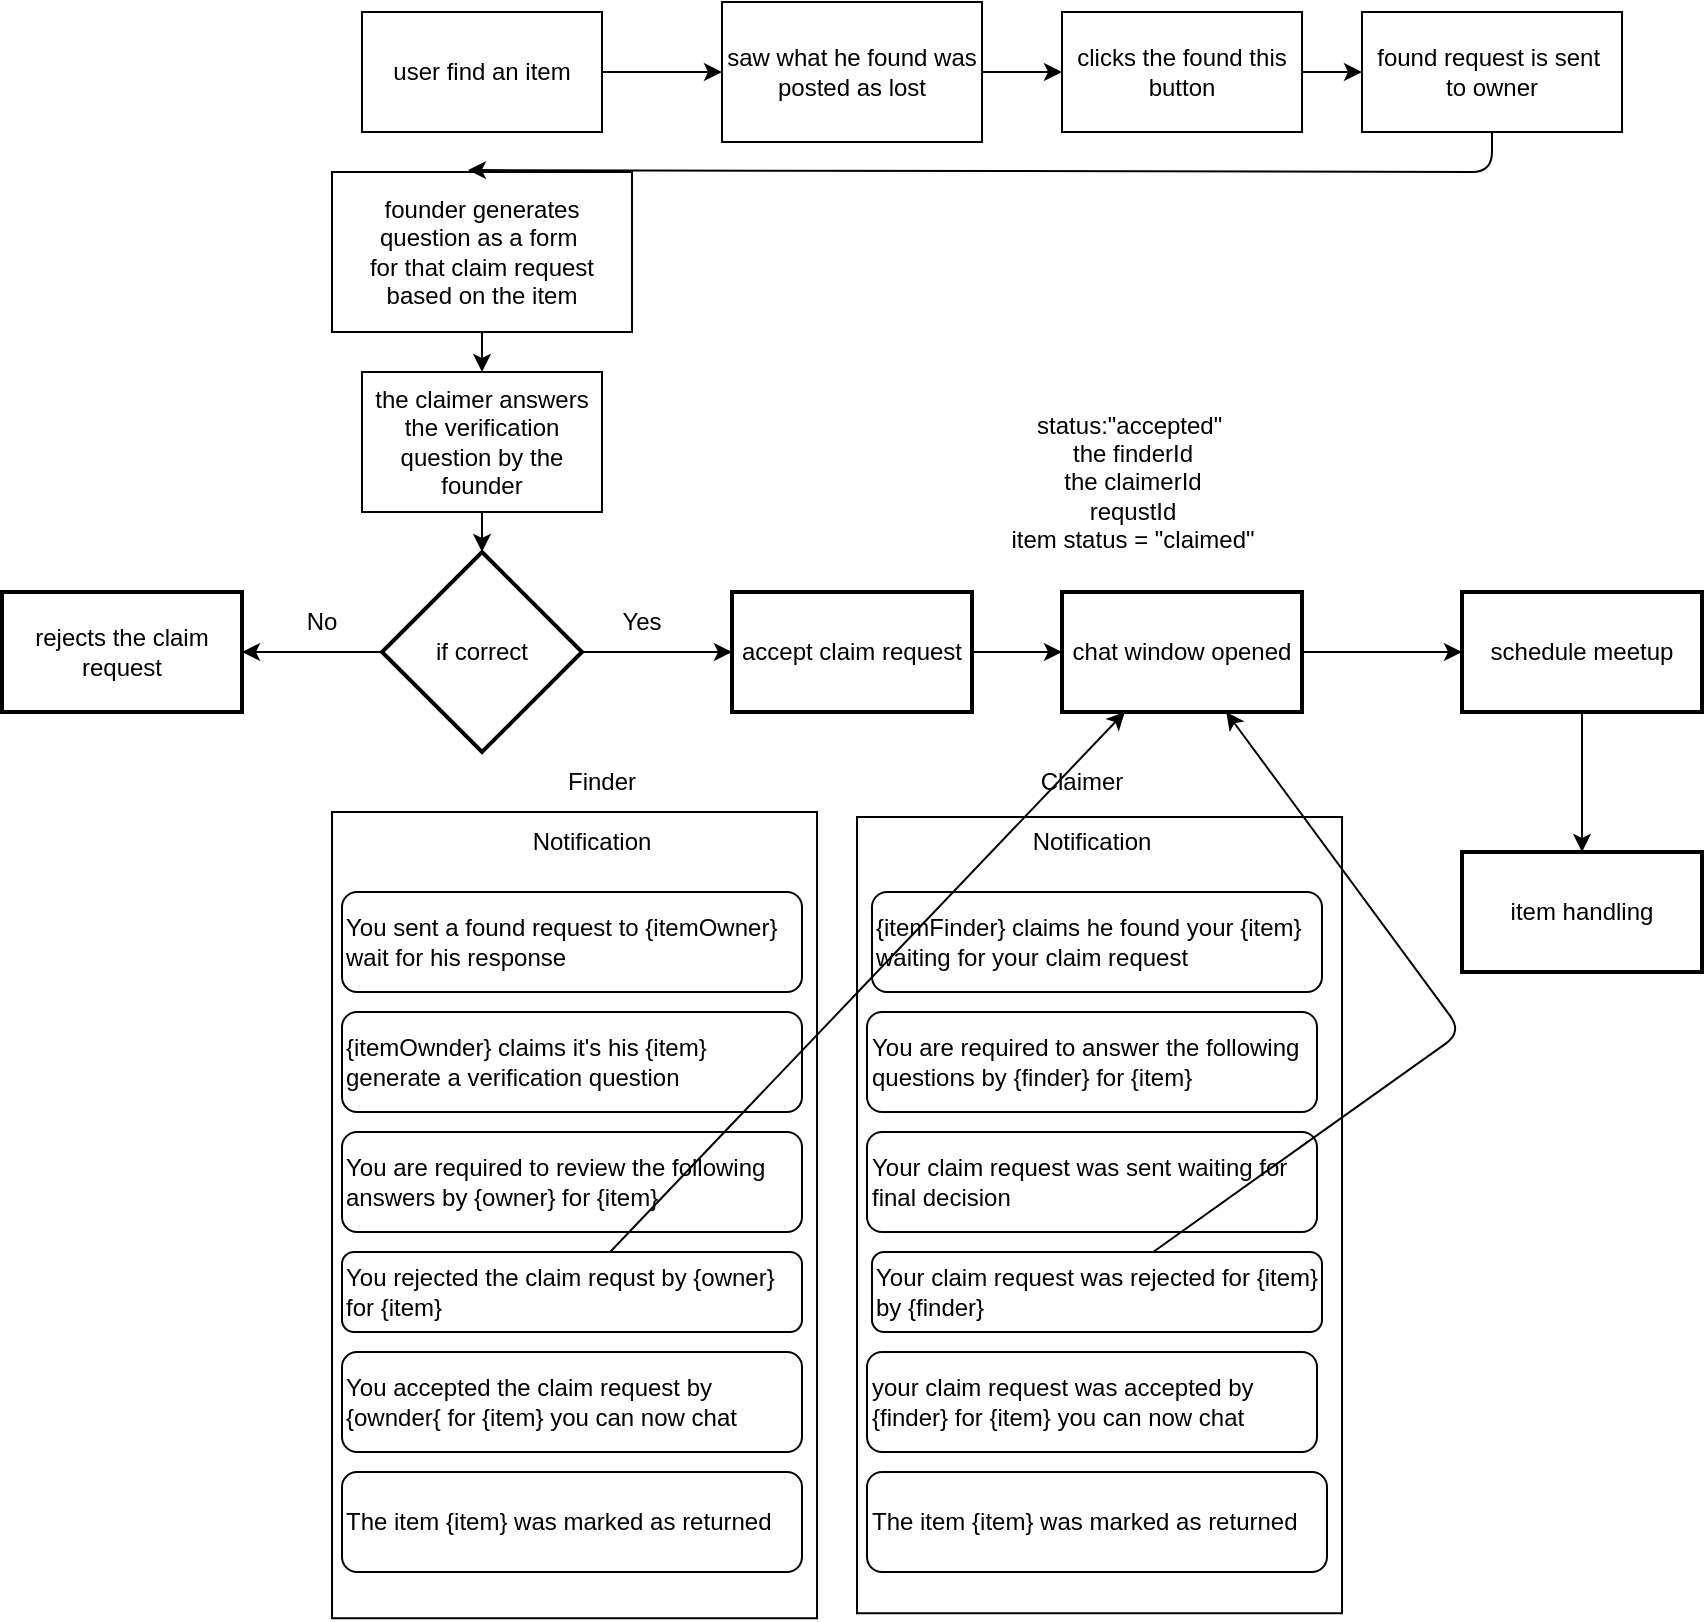
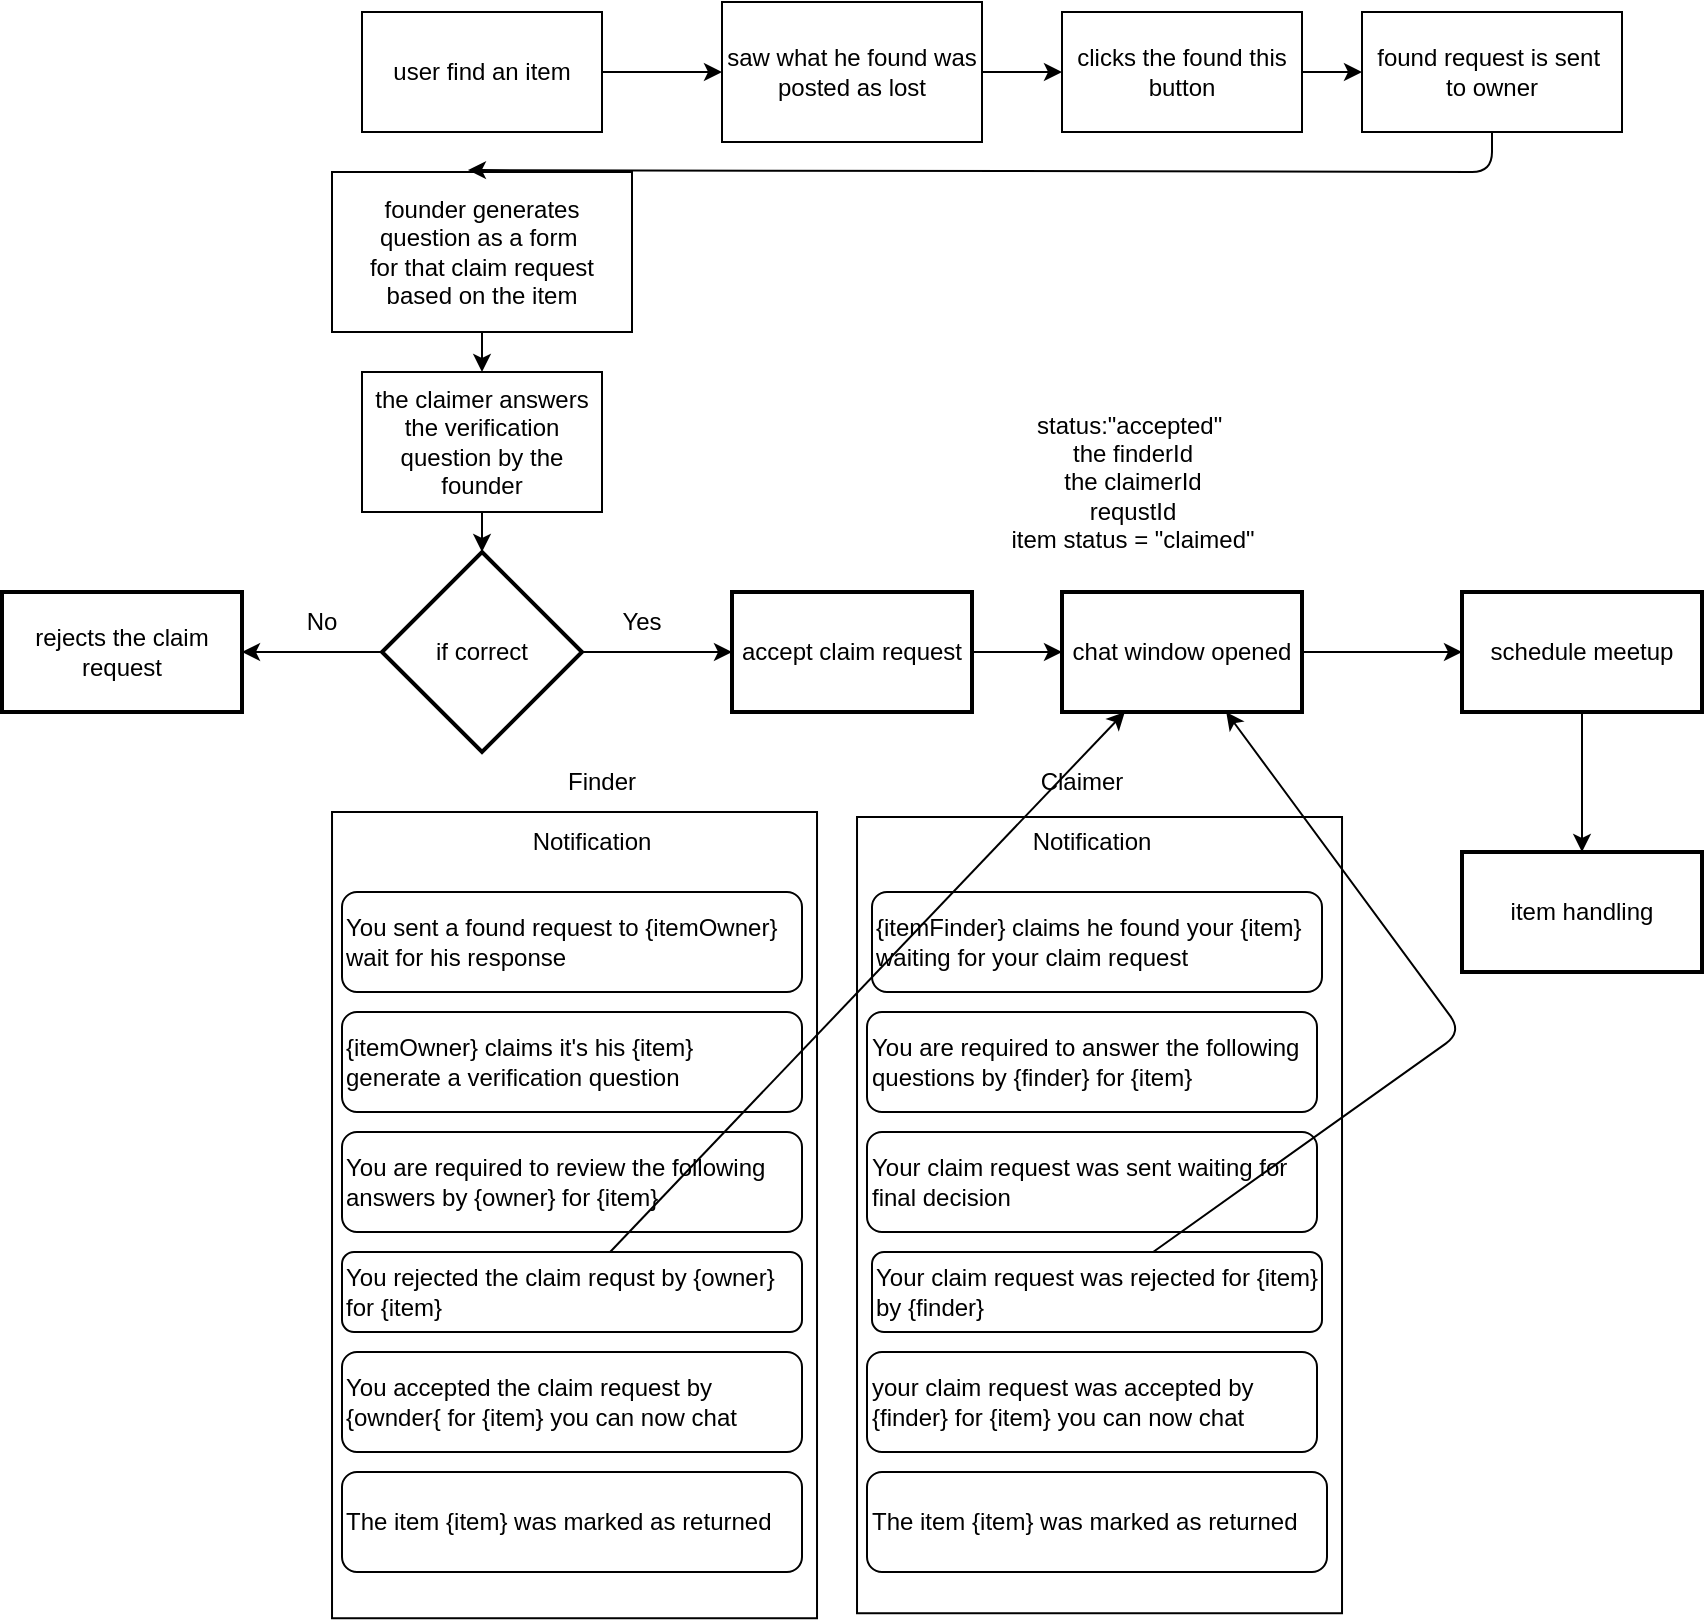
<mxfile host="65bd71144e">
    <diagram id="i1hBtsmhHRajQAO7jnXf" name="Page-1">
-         <mxGraphModel dx="1722" dy="475" grid="1" gridSize="10" guides="1" tooltips="1" connect="1" arrows="1" fold="1" page="1" pageScale="1" pageWidth="850" pageHeight="1100" math="0" shadow="0">
+         <mxGraphModel dx="1720" dy="475" grid="1" gridSize="10" guides="1" tooltips="1" connect="1" arrows="1" fold="1" page="1" pageScale="1" pageWidth="850" pageHeight="1100" math="0" shadow="0">
            <root>
                <mxCell id="0"/>
                <mxCell id="1" parent="0"/>
-                 <mxCell id="119" value="" style="edgeStyle=none;html=1;" edge="1" parent="1" source="120" target="122">
+                 <mxCell id="119" value="" style="edgeStyle=none;html=1;" parent="1" source="120" target="122" edge="1">
                    <mxGeometry relative="1" as="geometry"/>
                </mxCell>
-                 <mxCell id="120" value="user find an item" style="rounded=0;whiteSpace=wrap;html=1;" vertex="1" parent="1">
+                 <mxCell id="120" value="user find an item" style="rounded=0;whiteSpace=wrap;html=1;" parent="1" vertex="1">
                    <mxGeometry x="110" y="140" width="120" height="60" as="geometry"/>
                </mxCell>
-                 <mxCell id="121" value="" style="edgeStyle=none;html=1;" edge="1" parent="1" source="122" target="124">
+                 <mxCell id="121" value="" style="edgeStyle=none;html=1;" parent="1" source="122" target="124" edge="1">
                    <mxGeometry relative="1" as="geometry"/>
                </mxCell>
-                 <mxCell id="122" value="saw what he found was&lt;div&gt;posted as lost&lt;/div&gt;" style="rounded=0;whiteSpace=wrap;html=1;" vertex="1" parent="1">
+                 <mxCell id="122" value="saw what he found was&lt;div&gt;posted as lost&lt;/div&gt;" style="rounded=0;whiteSpace=wrap;html=1;" parent="1" vertex="1">
                    <mxGeometry x="290" y="135" width="130" height="70" as="geometry"/>
                </mxCell>
-                 <mxCell id="123" value="" style="edgeStyle=none;html=1;" edge="1" parent="1" source="124" target="125">
+                 <mxCell id="123" value="" style="edgeStyle=none;html=1;" parent="1" source="124" target="125" edge="1">
                    <mxGeometry relative="1" as="geometry"/>
                </mxCell>
-                 <mxCell id="124" value="clicks the found this&lt;div&gt;button&lt;/div&gt;" style="rounded=0;whiteSpace=wrap;html=1;" vertex="1" parent="1">
+                 <mxCell id="124" value="clicks the found this&lt;div&gt;button&lt;/div&gt;" style="rounded=0;whiteSpace=wrap;html=1;" parent="1" vertex="1">
                    <mxGeometry x="460" y="140" width="120" height="60" as="geometry"/>
                </mxCell>
-                 <mxCell id="125" value="found request is sent&amp;nbsp;&lt;div&gt;to owner&lt;/div&gt;" style="rounded=0;whiteSpace=wrap;html=1;" vertex="1" parent="1">
+                 <mxCell id="125" value="found request is sent&amp;nbsp;&lt;div&gt;to owner&lt;/div&gt;" style="rounded=0;whiteSpace=wrap;html=1;" parent="1" vertex="1">
                    <mxGeometry x="610" y="140" width="130" height="60" as="geometry"/>
                </mxCell>
-                 <mxCell id="126" value="" style="edgeStyle=none;html=1;" edge="1" parent="1" source="127" target="142">
+                 <mxCell id="126" value="" style="edgeStyle=none;html=1;" parent="1" source="127" target="142" edge="1">
                    <mxGeometry relative="1" as="geometry"/>
                </mxCell>
-                 <mxCell id="127" value="founder generates&lt;div&gt;question as a form&amp;nbsp;&lt;/div&gt;&lt;div&gt;for that claim request&lt;/div&gt;&lt;div&gt;based on the item&lt;/div&gt;" style="rounded=0;whiteSpace=wrap;html=1;" vertex="1" parent="1">
+                 <mxCell id="127" value="founder generates&lt;div&gt;question as a form&amp;nbsp;&lt;/div&gt;&lt;div&gt;for that claim request&lt;/div&gt;&lt;div&gt;based on the item&lt;/div&gt;" style="rounded=0;whiteSpace=wrap;html=1;" parent="1" vertex="1">
                    <mxGeometry x="95" y="220" width="150" height="80" as="geometry"/>
                </mxCell>
-                 <mxCell id="128" style="edgeStyle=none;html=1;entryX=0.453;entryY=-0.012;entryDx=0;entryDy=0;entryPerimeter=0;" edge="1" parent="1" source="125" target="127">
+                 <mxCell id="128" style="edgeStyle=none;html=1;entryX=0.453;entryY=-0.012;entryDx=0;entryDy=0;entryPerimeter=0;" parent="1" source="125" target="127" edge="1">
                    <mxGeometry relative="1" as="geometry">
                        <mxPoint x="160" y="260" as="targetPoint"/>
                        <Array as="points">
                            <mxPoint x="675" y="220"/>
                        </Array>
                    </mxGeometry>
                </mxCell>
-                 <mxCell id="129" value="" style="edgeStyle=none;html=1;" edge="1" parent="1" source="131" target="132">
+                 <mxCell id="129" value="" style="edgeStyle=none;html=1;" parent="1" source="131" target="132" edge="1">
                    <mxGeometry relative="1" as="geometry"/>
                </mxCell>
-                 <mxCell id="130" value="" style="edgeStyle=none;html=1;" edge="1" parent="1" source="131" target="134">
+                 <mxCell id="130" value="" style="edgeStyle=none;html=1;" parent="1" source="131" target="134" edge="1">
                    <mxGeometry relative="1" as="geometry"/>
                </mxCell>
-                 <mxCell id="131" value="if correct" style="strokeWidth=2;html=1;shape=mxgraph.flowchart.decision;whiteSpace=wrap;" vertex="1" parent="1">
+                 <mxCell id="131" value="if correct" style="strokeWidth=2;html=1;shape=mxgraph.flowchart.decision;whiteSpace=wrap;" parent="1" vertex="1">
                    <mxGeometry x="120" y="410" width="100" height="100" as="geometry"/>
                </mxCell>
-                 <mxCell id="132" value="rejects the claim request" style="whiteSpace=wrap;html=1;strokeWidth=2;" vertex="1" parent="1">
+                 <mxCell id="132" value="rejects the claim request" style="whiteSpace=wrap;html=1;strokeWidth=2;" parent="1" vertex="1">
                    <mxGeometry x="-70" y="430" width="120" height="60" as="geometry"/>
                </mxCell>
-                 <mxCell id="133" value="" style="edgeStyle=none;html=1;" edge="1" parent="1" source="134" target="138">
+                 <mxCell id="133" value="" style="edgeStyle=none;html=1;" parent="1" source="134" target="138" edge="1">
                    <mxGeometry relative="1" as="geometry"/>
                </mxCell>
-                 <mxCell id="134" value="accept claim request" style="whiteSpace=wrap;html=1;strokeWidth=2;" vertex="1" parent="1">
+                 <mxCell id="134" value="accept claim request" style="whiteSpace=wrap;html=1;strokeWidth=2;" parent="1" vertex="1">
                    <mxGeometry x="295" y="430" width="120" height="60" as="geometry"/>
                </mxCell>
-                 <mxCell id="135" value="No" style="text;html=1;align=center;verticalAlign=middle;whiteSpace=wrap;rounded=0;" vertex="1" parent="1">
+                 <mxCell id="135" value="No" style="text;html=1;align=center;verticalAlign=middle;whiteSpace=wrap;rounded=0;" parent="1" vertex="1">
                    <mxGeometry x="60" y="430" width="60" height="30" as="geometry"/>
                </mxCell>
-                 <mxCell id="136" value="Yes" style="text;html=1;align=center;verticalAlign=middle;whiteSpace=wrap;rounded=0;" vertex="1" parent="1">
+                 <mxCell id="136" value="Yes" style="text;html=1;align=center;verticalAlign=middle;whiteSpace=wrap;rounded=0;" parent="1" vertex="1">
                    <mxGeometry x="220" y="430" width="60" height="30" as="geometry"/>
                </mxCell>
-                 <mxCell id="137" value="" style="edgeStyle=none;html=1;" edge="1" parent="1" source="138" target="140">
+                 <mxCell id="137" value="" style="edgeStyle=none;html=1;" parent="1" source="138" target="140" edge="1">
                    <mxGeometry relative="1" as="geometry"/>
                </mxCell>
-                 <mxCell id="138" value="chat window opened" style="whiteSpace=wrap;html=1;strokeWidth=2;" vertex="1" parent="1">
+                 <mxCell id="138" value="chat window opened" style="whiteSpace=wrap;html=1;strokeWidth=2;" parent="1" vertex="1">
                    <mxGeometry x="460" y="430" width="120" height="60" as="geometry"/>
                </mxCell>
-                 <mxCell id="139" value="" style="edgeStyle=none;html=1;" edge="1" parent="1" source="140" target="162">
+                 <mxCell id="139" value="" style="edgeStyle=none;html=1;" parent="1" source="140" target="162" edge="1">
                    <mxGeometry relative="1" as="geometry"/>
                </mxCell>
-                 <mxCell id="140" value="schedule meetup" style="whiteSpace=wrap;html=1;strokeWidth=2;" vertex="1" parent="1">
+                 <mxCell id="140" value="schedule meetup" style="whiteSpace=wrap;html=1;strokeWidth=2;" parent="1" vertex="1">
                    <mxGeometry x="660" y="430" width="120" height="60" as="geometry"/>
                </mxCell>
-                 <mxCell id="141" value="" style="edgeStyle=none;html=1;" edge="1" parent="1" source="142" target="131">
+                 <mxCell id="141" value="" style="edgeStyle=none;html=1;" parent="1" source="142" target="131" edge="1">
                    <mxGeometry relative="1" as="geometry"/>
                </mxCell>
-                 <mxCell id="142" value="the claimer answers&lt;div&gt;the verification question by the founder&lt;/div&gt;" style="whiteSpace=wrap;html=1;" vertex="1" parent="1">
+                 <mxCell id="142" value="the claimer answers&lt;div&gt;the verification question by the founder&lt;/div&gt;" style="whiteSpace=wrap;html=1;" parent="1" vertex="1">
                    <mxGeometry x="110" y="320" width="120" height="70" as="geometry"/>
                </mxCell>
-                 <mxCell id="143" value="" style="rounded=0;whiteSpace=wrap;html=1;rotation=90;" vertex="1" parent="1">
+                 <mxCell id="143" value="" style="rounded=0;whiteSpace=wrap;html=1;rotation=90;" parent="1" vertex="1">
                    <mxGeometry x="14.7" y="620.31" width="403.12" height="242.5" as="geometry"/>
                </mxCell>
-                 <mxCell id="144" value="Notification" style="text;html=1;align=center;verticalAlign=middle;whiteSpace=wrap;rounded=0;" vertex="1" parent="1">
+                 <mxCell id="144" value="Notification" style="text;html=1;align=center;verticalAlign=middle;whiteSpace=wrap;rounded=0;" parent="1" vertex="1">
                    <mxGeometry x="170" y="540" width="110" height="30" as="geometry"/>
                </mxCell>
-                 <mxCell id="145" value="You rejected the claim requst by {owner} for {item}" style="rounded=1;whiteSpace=wrap;html=1;align=left;" vertex="1" parent="1">
+                 <mxCell id="145" value="You rejected the claim requst by {owner} for {item}" style="rounded=1;whiteSpace=wrap;html=1;align=left;" parent="1" vertex="1">
                    <mxGeometry x="100" y="760" width="230" height="40" as="geometry"/>
                </mxCell>
-                 <mxCell id="146" value="&lt;div style=&quot;&quot;&gt;{itemOwnder} claims it&#39;s his {item}&lt;/div&gt;&lt;div style=&quot;&quot;&gt;generate a verification question&lt;/div&gt;" style="rounded=1;whiteSpace=wrap;html=1;align=left;" vertex="1" parent="1">
+                 <mxCell id="146" value="&lt;div style=&quot;&quot;&gt;{itemOwner} claims it&#39;s his {item}&lt;/div&gt;&lt;div style=&quot;&quot;&gt;generate a verification question&lt;/div&gt;" style="rounded=1;whiteSpace=wrap;html=1;align=left;" parent="1" vertex="1">
                    <mxGeometry x="100" y="640" width="230" height="50" as="geometry"/>
                </mxCell>
-                 <mxCell id="147" value="You are required to review the following answers by {owner} for {item}" style="rounded=1;whiteSpace=wrap;html=1;align=left;" vertex="1" parent="1">
+                 <mxCell id="147" value="You are required to review the following answers by {owner} for {item}" style="rounded=1;whiteSpace=wrap;html=1;align=left;" parent="1" vertex="1">
                    <mxGeometry x="100" y="700" width="230" height="50" as="geometry"/>
                </mxCell>
-                 <mxCell id="148" value="You accepted the claim request by {ownder{ for {item} you can now chat" style="rounded=1;whiteSpace=wrap;html=1;align=left;" vertex="1" parent="1">
+                 <mxCell id="148" value="You accepted the claim request by {ownder{ for {item} you can now chat" style="rounded=1;whiteSpace=wrap;html=1;align=left;" parent="1" vertex="1">
                    <mxGeometry x="100" y="810" width="230" height="50" as="geometry"/>
                </mxCell>
-                 <mxCell id="149" value="" style="rounded=0;whiteSpace=wrap;html=1;rotation=90;" vertex="1" parent="1">
+                 <mxCell id="149" value="" style="rounded=0;whiteSpace=wrap;html=1;rotation=90;" parent="1" vertex="1">
                    <mxGeometry x="279.7" y="620.31" width="398.12" height="242.5" as="geometry"/>
                </mxCell>
-                 <mxCell id="150" value="Notification" style="text;html=1;align=center;verticalAlign=middle;whiteSpace=wrap;rounded=0;" vertex="1" parent="1">
+                 <mxCell id="150" value="Notification" style="text;html=1;align=center;verticalAlign=middle;whiteSpace=wrap;rounded=0;" parent="1" vertex="1">
                    <mxGeometry x="420" y="540" width="110" height="30" as="geometry"/>
                </mxCell>
-                 <mxCell id="151" value="Your claim request was rejected for {item}&lt;div&gt;by {finder}&lt;/div&gt;" style="rounded=1;whiteSpace=wrap;html=1;align=left;" vertex="1" parent="1">
+                 <mxCell id="151" value="Your claim request was rejected for {item}&lt;div&gt;by {finder}&lt;/div&gt;" style="rounded=1;whiteSpace=wrap;html=1;align=left;" parent="1" vertex="1">
                    <mxGeometry x="365" y="760" width="225" height="40" as="geometry"/>
                </mxCell>
-                 <mxCell id="152" value="&lt;div style=&quot;&quot;&gt;You are required to answer the following&lt;/div&gt;&lt;div style=&quot;&quot;&gt;questions by {finder} for {item}&lt;/div&gt;" style="rounded=1;whiteSpace=wrap;html=1;align=left;" vertex="1" parent="1">
+                 <mxCell id="152" value="&lt;div style=&quot;&quot;&gt;You are required to answer the following&lt;/div&gt;&lt;div style=&quot;&quot;&gt;questions by {finder} for {item}&lt;/div&gt;" style="rounded=1;whiteSpace=wrap;html=1;align=left;" parent="1" vertex="1">
                    <mxGeometry x="362.5" y="640" width="225" height="50" as="geometry"/>
                </mxCell>
-                 <mxCell id="153" value="Your claim request was sent waiting for final decision" style="rounded=1;whiteSpace=wrap;html=1;align=left;" vertex="1" parent="1">
+                 <mxCell id="153" value="Your claim request was sent waiting for final decision" style="rounded=1;whiteSpace=wrap;html=1;align=left;" parent="1" vertex="1">
                    <mxGeometry x="362.5" y="700" width="225" height="50" as="geometry"/>
                </mxCell>
-                 <mxCell id="154" value="your claim request was accepted by {finder} for {item} you can now chat" style="rounded=1;whiteSpace=wrap;html=1;align=left;" vertex="1" parent="1">
+                 <mxCell id="154" value="your claim request was accepted by {finder} for {item} you can now chat" style="rounded=1;whiteSpace=wrap;html=1;align=left;" parent="1" vertex="1">
                    <mxGeometry x="362.5" y="810" width="225" height="50" as="geometry"/>
                </mxCell>
-                 <mxCell id="155" value="Finder" style="text;html=1;align=center;verticalAlign=middle;whiteSpace=wrap;rounded=0;" vertex="1" parent="1">
+                 <mxCell id="155" value="Finder" style="text;html=1;align=center;verticalAlign=middle;whiteSpace=wrap;rounded=0;" parent="1" vertex="1">
                    <mxGeometry x="200" y="510" width="60" height="30" as="geometry"/>
                </mxCell>
-                 <mxCell id="156" value="Claimer" style="text;html=1;align=center;verticalAlign=middle;whiteSpace=wrap;rounded=0;" vertex="1" parent="1">
+                 <mxCell id="156" value="Claimer" style="text;html=1;align=center;verticalAlign=middle;whiteSpace=wrap;rounded=0;" parent="1" vertex="1">
                    <mxGeometry x="440" y="510" width="60" height="30" as="geometry"/>
                </mxCell>
-                 <mxCell id="157" value="You sent a found request to {itemOwner}&lt;div&gt;wait for his response&lt;/div&gt;" style="rounded=1;whiteSpace=wrap;html=1;align=left;" vertex="1" parent="1">
+                 <mxCell id="157" value="You sent a found request to {itemOwner}&lt;div&gt;wait for his response&lt;/div&gt;" style="rounded=1;whiteSpace=wrap;html=1;align=left;" parent="1" vertex="1">
                    <mxGeometry x="100" y="580" width="230" height="50" as="geometry"/>
                </mxCell>
-                 <mxCell id="158" value="{itemFinder} claims he found your {item}&lt;div&gt;waiting for your claim request&lt;/div&gt;" style="rounded=1;whiteSpace=wrap;html=1;align=left;" vertex="1" parent="1">
+                 <mxCell id="158" value="{itemFinder} claims he found your {item}&lt;div&gt;waiting for your claim request&lt;/div&gt;" style="rounded=1;whiteSpace=wrap;html=1;align=left;" parent="1" vertex="1">
                    <mxGeometry x="365" y="580" width="225" height="50" as="geometry"/>
                </mxCell>
-                 <mxCell id="159" style="edgeStyle=none;html=1;" edge="1" parent="1" source="151" target="138">
+                 <mxCell id="159" style="edgeStyle=none;html=1;" parent="1" source="151" target="138" edge="1">
                    <mxGeometry relative="1" as="geometry">
                        <Array as="points">
                            <mxPoint x="660" y="650"/>
                        </Array>
                    </mxGeometry>
                </mxCell>
-                 <mxCell id="160" style="edgeStyle=none;html=1;" edge="1" parent="1" source="145" target="138">
+                 <mxCell id="160" style="edgeStyle=none;html=1;" parent="1" source="145" target="138" edge="1">
                    <mxGeometry relative="1" as="geometry">
                        <mxPoint x="60" y="780" as="targetPoint"/>
                    </mxGeometry>
                </mxCell>
-                 <mxCell id="161" value="status:&quot;accepted&quot;&amp;nbsp;&lt;div&gt;the finderId&lt;/div&gt;&lt;div&gt;the claimerId&lt;/div&gt;&lt;div&gt;requstId&lt;/div&gt;&lt;div&gt;item status = &quot;claimed&quot;&lt;/div&gt;" style="text;html=1;align=center;verticalAlign=middle;resizable=0;points=[];autosize=1;strokeColor=none;fillColor=none;" vertex="1" parent="1">
+                 <mxCell id="161" value="status:&quot;accepted&quot;&amp;nbsp;&lt;div&gt;the finderId&lt;/div&gt;&lt;div&gt;the claimerId&lt;/div&gt;&lt;div&gt;requstId&lt;/div&gt;&lt;div&gt;item status = &quot;claimed&quot;&lt;/div&gt;" style="text;html=1;align=center;verticalAlign=middle;resizable=0;points=[];autosize=1;strokeColor=none;fillColor=none;" parent="1" vertex="1">
                    <mxGeometry x="420" y="330" width="150" height="90" as="geometry"/>
                </mxCell>
-                 <mxCell id="162" value="item handling" style="whiteSpace=wrap;html=1;strokeWidth=2;" vertex="1" parent="1">
+                 <mxCell id="162" value="item handling" style="whiteSpace=wrap;html=1;strokeWidth=2;" parent="1" vertex="1">
                    <mxGeometry x="660" y="560" width="120" height="60" as="geometry"/>
                </mxCell>
-                 <mxCell id="163" value="The item {item} was marked as returned" style="rounded=1;whiteSpace=wrap;html=1;align=left;" vertex="1" parent="1">
+                 <mxCell id="163" value="The item {item} was marked as returned" style="rounded=1;whiteSpace=wrap;html=1;align=left;" parent="1" vertex="1">
                    <mxGeometry x="100" y="870" width="230" height="50" as="geometry"/>
                </mxCell>
-                 <mxCell id="164" value="The item {item} was marked as returned" style="rounded=1;whiteSpace=wrap;html=1;align=left;" vertex="1" parent="1">
+                 <mxCell id="164" value="The item {item} was marked as returned" style="rounded=1;whiteSpace=wrap;html=1;align=left;" parent="1" vertex="1">
                    <mxGeometry x="362.5" y="870" width="230" height="50" as="geometry"/>
                </mxCell>
            </root>
        </mxGraphModel>
    </diagram>
</mxfile>